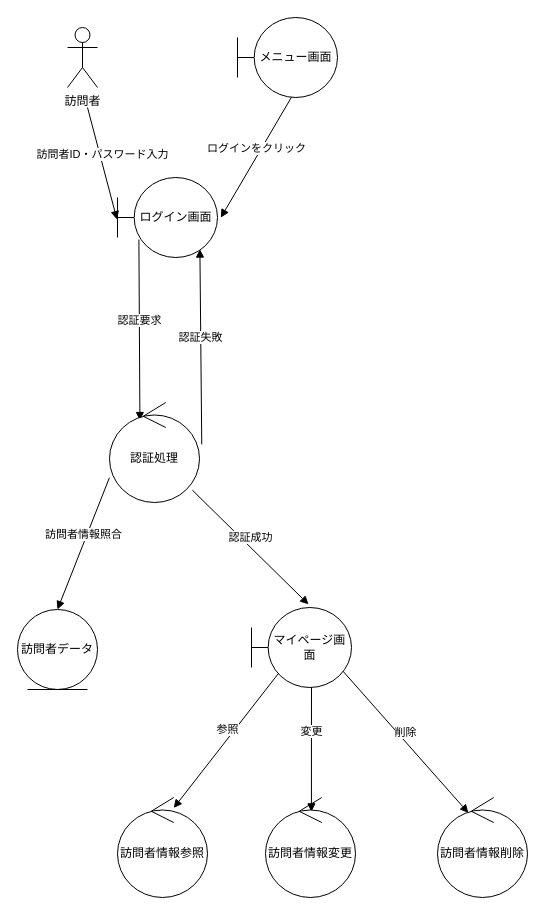
This is 07_web_visitor/analysis_02_login.drawio from ghbuser12/ohara_uml, a draw.io file, before an edit. Source tidied: cells renumbered, new cells numbered last; positions are measured from the earlier drawing's top-left corner, leaving out a move shared by most shapes. Both pictures are drawn from the tidied source at 100%, with x=0, y=0 at pixel (17, 17).
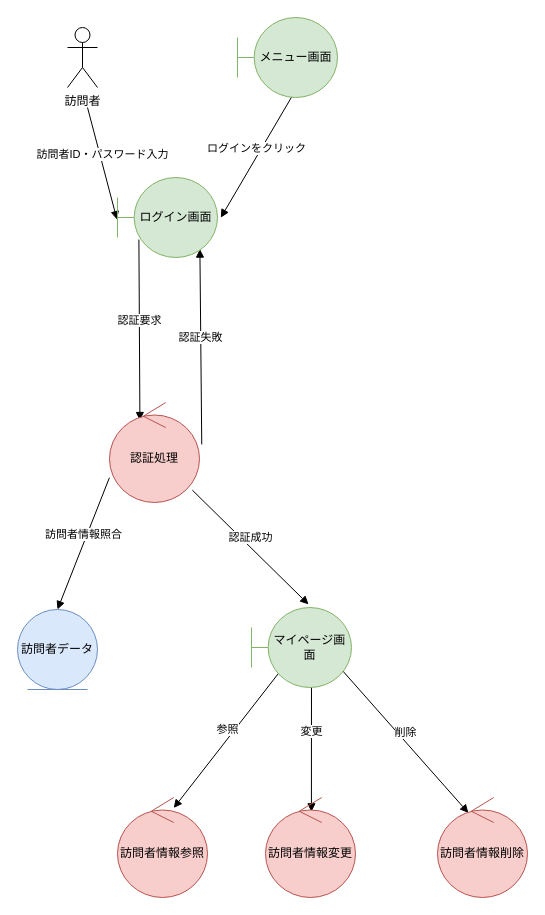
The same page after the edit.

What changed in the source:
```diff
@@
-    <mxCell id="12" value="メニュー画面" style="shape=umlBoundary;whiteSpace=wrap;html=1;" parent="1" vertex="1">
+    <mxCell id="12" value="メニュー画面" style="shape=umlBoundary;whiteSpace=wrap;html=1;fillColor=#d5e8d4;strokeColor=#82b366;" parent="1" vertex="1">
       <mxGeometry x="220" width="100" height="80" as="geometry" />
     </mxCell>
-    <mxCell id="13" value="ログイン画面" style="shape=umlBoundary;whiteSpace=wrap;html=1;" parent="1" vertex="1">
+    <mxCell id="13" value="ログイン画面" style="shape=umlBoundary;whiteSpace=wrap;html=1;fillColor=#d5e8d4;strokeColor=#82b366;" parent="1" vertex="1">
       <mxGeometry x="100" y="160" width="100" height="80" as="geometry" />
     </mxCell>
-    <mxCell id="14" value="認証処理" style="ellipse;shape=umlControl;whiteSpace=wrap;html=1;" parent="1" vertex="1">
+    <mxCell id="14" value="認証処理" style="ellipse;shape=umlControl;whiteSpace=wrap;html=1;fillColor=#f8cecc;strokeColor=#b85450;" parent="1" vertex="1">
       <mxGeometry x="92" y="385" width="90" height="100" as="geometry" />
     </mxCell>
-    <mxCell id="15" value="訪問者データ" style="ellipse;shape=umlEntity;whiteSpace=wrap;html=1;" parent="1" vertex="1">
+    <mxCell id="15" value="訪問者データ" style="ellipse;shape=umlEntity;whiteSpace=wrap;html=1;fillColor=#dae8fc;strokeColor=#6c8ebf;" parent="1" vertex="1">
       <mxGeometry y="592" width="80" height="80" as="geometry" />
     </mxCell>
-    <mxCell id="16" value="マイページ画面" style="shape=umlBoundary;whiteSpace=wrap;html=1;" parent="1" vertex="1">
+    <mxCell id="16" value="マイページ画面" style="shape=umlBoundary;whiteSpace=wrap;html=1;fillColor=#d5e8d4;strokeColor=#82b366;" parent="1" vertex="1">
       <mxGeometry x="234" y="590" width="100" height="80" as="geometry" />
     </mxCell>
-    <mxCell id="17" value="訪問者情報参照" style="ellipse;shape=umlControl;whiteSpace=wrap;html=1;" parent="1" vertex="1">
+    <mxCell id="17" value="訪問者情報参照" style="ellipse;shape=umlControl;whiteSpace=wrap;html=1;fillColor=#f8cecc;strokeColor=#b85450;" parent="1" vertex="1">
       <mxGeometry x="100" y="780" width="90" height="100" as="geometry" />
     </mxCell>
-    <mxCell id="18" value="訪問者情報変更" style="ellipse;shape=umlControl;whiteSpace=wrap;html=1;" parent="1" vertex="1">
+    <mxCell id="18" value="訪問者情報変更" style="ellipse;shape=umlControl;whiteSpace=wrap;html=1;fillColor=#f8cecc;strokeColor=#b85450;" parent="1" vertex="1">
       <mxGeometry x="248" y="780" width="90" height="100" as="geometry" />
     </mxCell>
-    <mxCell id="19" value="訪問者情報削除" style="ellipse;shape=umlControl;whiteSpace=wrap;html=1;" parent="1" vertex="1">
+    <mxCell id="19" value="訪問者情報削除" style="ellipse;shape=umlControl;whiteSpace=wrap;html=1;fillColor=#f8cecc;strokeColor=#b85450;" parent="1" vertex="1">
       <mxGeometry x="420" y="780" width="90" height="100" as="geometry" />
     </mxCell>
```
